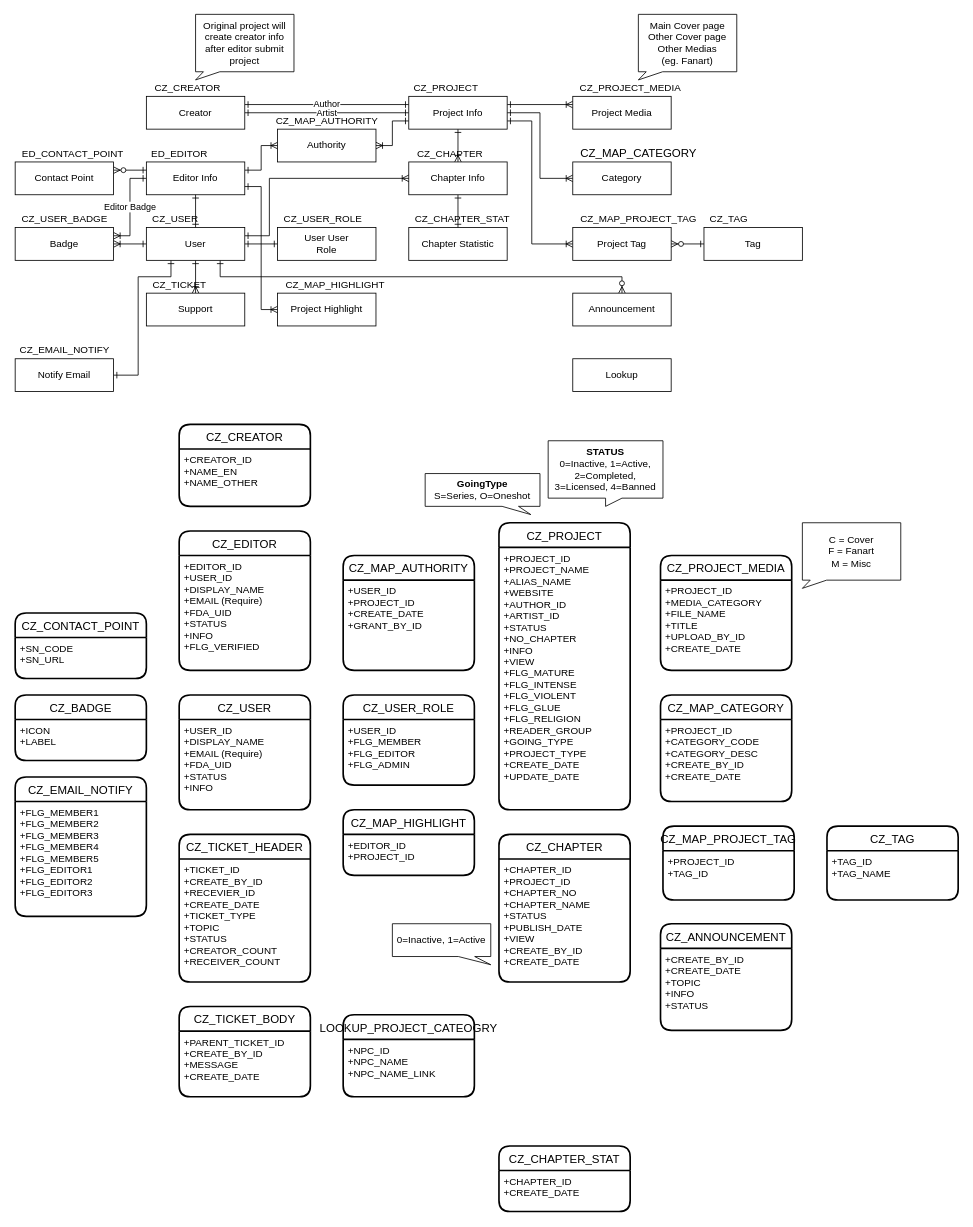
The draw.io diagram page "ER" (4 of 5) of Untitled Diagram.drawio in clazclaz/demo_git, before the edit. Source tidied: cells renumbered, new cells numbered last; positions are measured from the earlier drawing's top-left corner, leaving out a move shared by most shapes. Both pictures are drawn from the tidied source at 82%, with x=0, y=0 at pixel (15, 14).
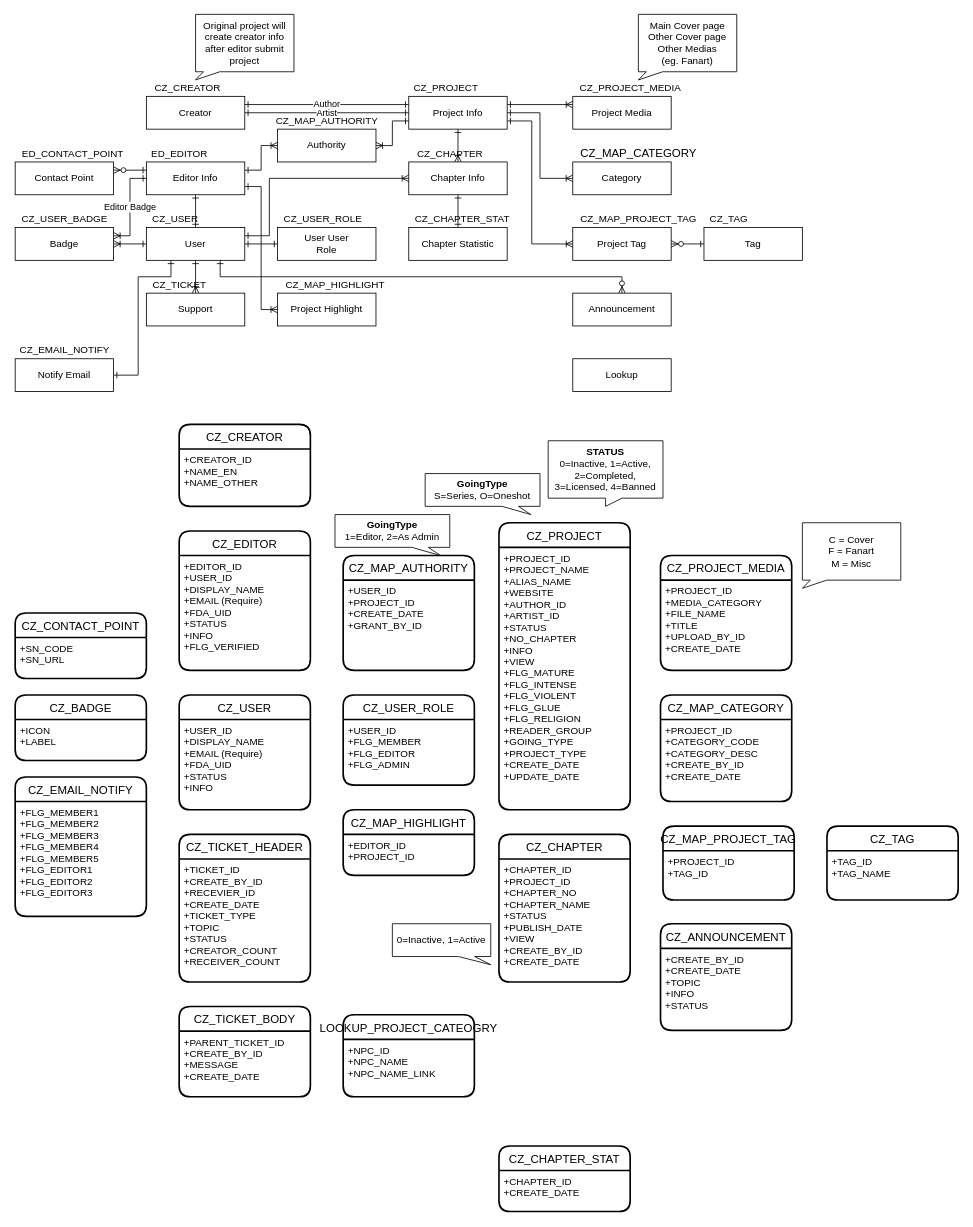
The same page after the edit.

The edit, as a diff of the source:
```diff
@@
+    <mxCell id="104" value="&lt;b&gt;GoingType&lt;/b&gt;&lt;br&gt;1=Editor, 2=As Admin" style="shape=callout;whiteSpace=wrap;html=1;perimeter=calloutPerimeter;position2=0.92;size=10;position=0.67;" parent="1" vertex="1">
+      <mxGeometry x="390" y="610" width="140" height="50" as="geometry" />
+    </mxCell>
```
